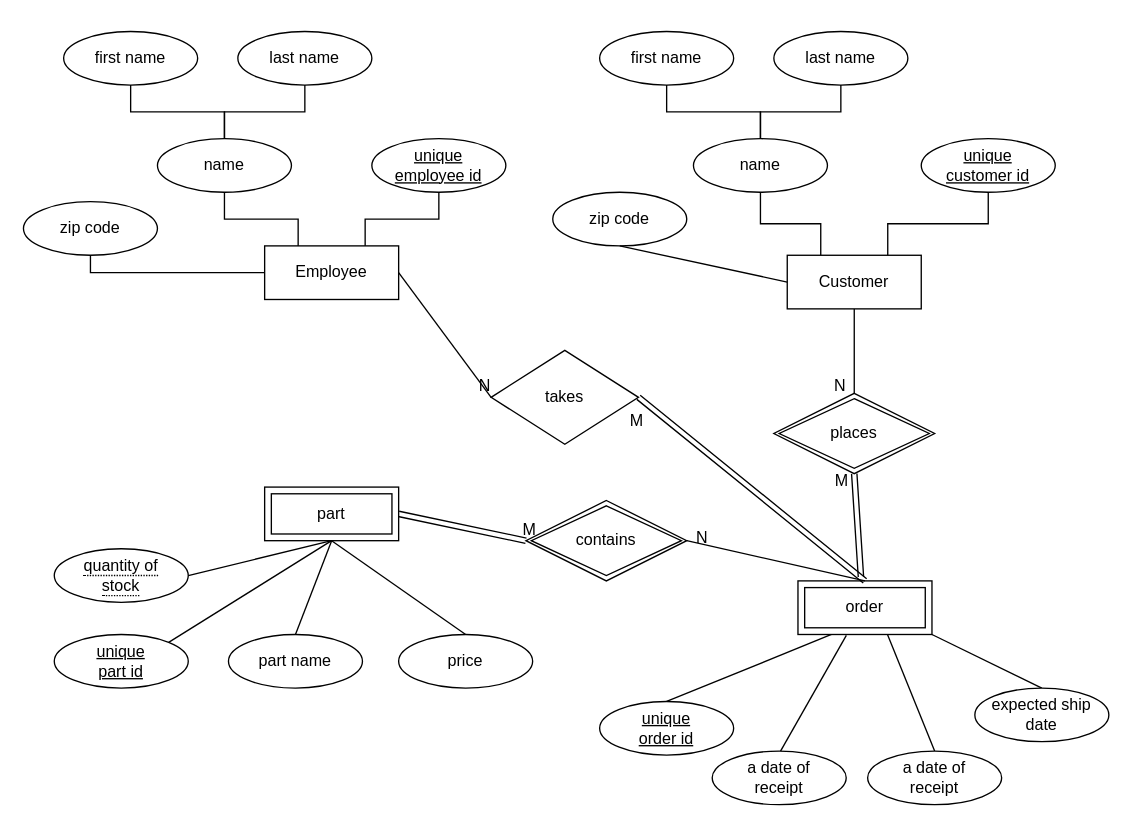
Above: 학교과제/erdiagram.drawio in waroad/Problem-Solving (draw.io), before the change. Source tidied: cells renumbered, new cells numbered last; positions are measured from the earlier drawing's top-left corner, leaving out a move shared by most shapes. Both pictures are drawn from the tidied source at 134%, with x=0, y=0 at pixel (23, 31).
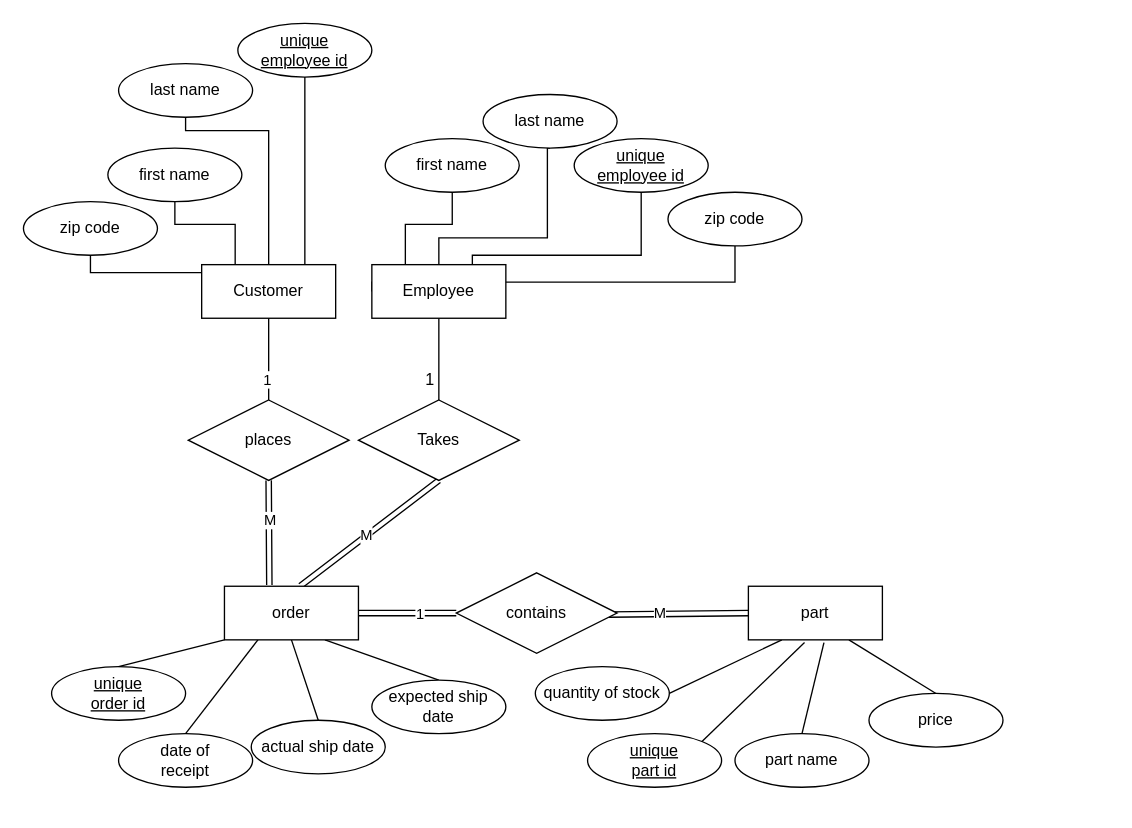
After the change.

Change to the diagram source:
```diff
@@
     <mxCell id="2" style="edgeStyle=orthogonalEdgeStyle;rounded=0;jettySize=auto;html=1;exitX=0.75;exitY=0;exitDx=0;exitDy=0;entryX=0.5;entryY=1;entryDx=0;entryDy=0;endArrow=none;endFill=0;" parent="1" edge="1" source="5" target="10">
-      <mxGeometry relative="1" as="geometry" />
+      <mxGeometry relative="1" as="geometry">
+        <Array as="points">
+          <mxPoint x="210" y="174" />
+        </Array>
+      </mxGeometry>
     </mxCell>
     <mxCell id="3" style="edgeStyle=orthogonalEdgeStyle;rounded=0;jettySize=auto;html=1;exitX=0.25;exitY=0;exitDx=0;exitDy=0;entryX=0.5;entryY=1;entryDx=0;entryDy=0;endArrow=none;endFill=0;" parent="1" edge="1" source="5" target="13">
-      <mxGeometry relative="1" as="geometry" />
+      <mxGeometry relative="1" as="geometry">
+        <Array as="points">
+          <mxPoint x="158" y="144" />
+          <mxPoint x="113" y="144" />
+        </Array>
+      </mxGeometry>
     </mxCell>
@@
-    <mxCell id="5" value="Employee" style="whiteSpace=wrap;html=1;align=center;" parent="1" vertex="1">
-      <mxGeometry x="180" y="160" width="100" height="40" as="geometry" />
+    <mxCell id="5" value="Customer" style="whiteSpace=wrap;html=1;align=center;" parent="1" vertex="1">
+      <mxGeometry x="133" y="174" width="100" height="40" as="geometry" />
     </mxCell>
-    <mxCell id="6" style="edgeStyle=orthogonalEdgeStyle;rounded=0;jettySize=auto;html=1;exitX=0.25;exitY=0;exitDx=0;exitDy=0;endArrow=none;endFill=0;" parent="1" edge="1" source="9" target="19">
-      <mxGeometry relative="1" as="geometry" />
-    </mxCell>
-    <mxCell id="7" style="edgeStyle=orthogonalEdgeStyle;rounded=0;jettySize=auto;html=1;exitX=0.75;exitY=0;exitDx=0;exitDy=0;entryX=0.5;entryY=1;entryDx=0;entryDy=0;endArrow=none;endFill=0;" parent="1" edge="1" source="9" target="16">
-      <mxGeometry relative="1" as="geometry" />
-    </mxCell>
-    <mxCell id="8" style="edgeStyle=orthogonalEdgeStyle;rounded=0;jettySize=auto;html=1;exitX=0.5;exitY=1;exitDx=0;exitDy=0;entryX=0.5;entryY=0;entryDx=0;entryDy=0;endArrow=none;endFill=0;" parent="1" edge="1" source="9" target="34">
+    <mxCell id="8" style="edgeStyle=orthogonalEdgeStyle;rounded=0;jettySize=auto;html=1;exitX=0.5;exitY=1;exitDx=0;exitDy=0;entryX=0.5;entryY=0;entryDx=0;entryDy=0;endArrow=none;endFill=0;" parent="1" edge="1" source="5" target="34">
       <mxGeometry relative="1" as="geometry" />
     </mxCell>
-    <mxCell id="9" value="Customer" style="whiteSpace=wrap;html=1;align=center;" parent="1" vertex="1">
-      <mxGeometry x="570" y="167" width="100" height="40" as="geometry" />
-    </mxCell>
+    <mxCell id="57" value="1" style="edgeLabel;html=1;align=center;verticalAlign=middle;" parent="8" vertex="1">
+      <mxGeometry x="0.49" y="-2" relative="1" as="geometry" />
+    </mxCell>
     <mxCell id="10" value="unique &lt;br&gt;employee id" style="ellipse;whiteSpace=wrap;html=1;align=center;fontStyle=4;" parent="1" vertex="1">
-      <mxGeometry x="260" y="80" width="100" height="40" as="geometry" />
+      <mxGeometry x="160" y="-6" width="100" height="40" as="geometry" />
     </mxCell>
-    <mxCell id="11" style="edgeStyle=orthogonalEdgeStyle;rounded=0;jettySize=auto;html=1;exitX=0.5;exitY=0;exitDx=0;exitDy=0;entryX=0.5;entryY=1;entryDx=0;entryDy=0;endArrow=none;endFill=0;" parent="1" edge="1" source="13" target="15">
-      <mxGeometry relative="1" as="geometry" />
-    </mxCell>
-    <mxCell id="12" style="edgeStyle=orthogonalEdgeStyle;rounded=0;jettySize=auto;html=1;endArrow=none;endFill=0;" parent="1" edge="1" source="13" target="14">
-      <mxGeometry relative="1" as="geometry" />
-    </mxCell>
-    <mxCell id="13" value="name" style="ellipse;whiteSpace=wrap;html=1;align=center;" parent="1" vertex="1">
-      <mxGeometry x="100" y="80" width="100" height="40" as="geometry" />
+    <mxCell id="13" value="first name" style="ellipse;whiteSpace=wrap;html=1;align=center;" parent="1" vertex="1">
+      <mxGeometry x="63" y="87" width="100" height="40" as="geometry" />
     </mxCell>
-    <mxCell id="14" value="first name" style="ellipse;whiteSpace=wrap;html=1;align=center;" parent="1" vertex="1">
-      <mxGeometry x="30" width="100" height="40" as="geometry" />
-    </mxCell>
-    <mxCell id="15" value="last name" style="ellipse;whiteSpace=wrap;html=1;align=center;" parent="1" vertex="1">
-      <mxGeometry x="160" width="100" height="40" as="geometry" />
-    </mxCell>
-    <mxCell id="16" value="unique &lt;br&gt;customer id" style="ellipse;whiteSpace=wrap;html=1;align=center;fontStyle=4;" parent="1" vertex="1">
-      <mxGeometry x="670" y="80" width="100" height="40" as="geometry" />
-    </mxCell>
-    <mxCell id="17" style="edgeStyle=orthogonalEdgeStyle;rounded=0;jettySize=auto;html=1;exitX=0.5;exitY=0;exitDx=0;exitDy=0;entryX=0.5;entryY=1;entryDx=0;entryDy=0;endArrow=none;endFill=0;" parent="1" edge="1" source="19" target="21">
-      <mxGeometry relative="1" as="geometry" />
-    </mxCell>
-    <mxCell id="18" style="edgeStyle=orthogonalEdgeStyle;rounded=0;jettySize=auto;html=1;endArrow=none;endFill=0;" parent="1" edge="1" source="19" target="20">
-      <mxGeometry relative="1" as="geometry" />
-    </mxCell>
-    <mxCell id="19" value="name" style="ellipse;whiteSpace=wrap;html=1;align=center;" parent="1" vertex="1">
-      <mxGeometry x="500" y="80" width="100" height="40" as="geometry" />
-    </mxCell>
-    <mxCell id="20" value="first name" style="ellipse;whiteSpace=wrap;html=1;align=center;" parent="1" vertex="1">
-      <mxGeometry x="430" width="100" height="40" as="geometry" />
-    </mxCell>
-    <mxCell id="21" value="last name" style="ellipse;whiteSpace=wrap;html=1;align=center;" parent="1" vertex="1">
-      <mxGeometry x="560" width="100" height="40" as="geometry" />
-    </mxCell>
     <mxCell id="22" value="unique &lt;br&gt;part id" style="ellipse;whiteSpace=wrap;html=1;align=center;fontStyle=4;" parent="1" vertex="1">
-      <mxGeometry x="23" y="450" width="100" height="40" as="geometry" />
+      <mxGeometry x="421" y="524" width="100" height="40" as="geometry" />
     </mxCell>
     <mxCell id="23" value="part name" style="ellipse;whiteSpace=wrap;html=1;align=center;" parent="1" vertex="1">
-      <mxGeometry x="153" y="450" width="100" height="40" as="geometry" />
+      <mxGeometry x="531" y="524" width="100" height="40" as="geometry" />
     </mxCell>
     <mxCell id="24" value="price" style="ellipse;whiteSpace=wrap;html=1;align=center;" parent="1" vertex="1">
-      <mxGeometry x="280" y="450" width="100" height="40" as="geometry" />
+      <mxGeometry x="631" y="494" width="100" height="40" as="geometry" />
     </mxCell>
-    <mxCell id="25" value="takes" style="shape=rhombus;perimeter=rhombusPerimeter;whiteSpace=wrap;html=1;align=center;" parent="1" vertex="1">
-      <mxGeometry x="349" y="238" width="110" height="70" as="geometry" />
-    </mxCell>
@@
-    <mxCell id="27" value="zip code" style="ellipse;whiteSpace=wrap;html=1;align=center;" parent="1" vertex="1">
-      <mxGeometry x="395" y="120" width="100" height="40" as="geometry" />
-    </mxCell>
-    <mxCell id="28" style="endArrow=none;html=1;rounded=0;entryX=0;entryY=0.5;entryDx=0;entryDy=0;exitX=0.5;exitY=1;exitDx=0;exitDy=0;" parent="1" edge="1" source="27" target="9">
-      <mxGeometry relative="1" as="geometry" />
-    </mxCell>
     <mxCell id="29" value="&lt;span style=&quot;text-decoration-line: underline;&quot;&gt;unique&lt;/span&gt;&lt;br&gt;&lt;span style=&quot;text-decoration-line: underline;&quot;&gt;order id&lt;/span&gt;" style="ellipse;whiteSpace=wrap;html=1;align=center;" parent="1" vertex="1">
-      <mxGeometry x="430" y="500" width="100" height="40" as="geometry" />
+      <mxGeometry x="21" y="474" width="100" height="40" as="geometry" />
     </mxCell>
-    <mxCell id="30" style="endArrow=none;html=1;rounded=0;entryX=0.25;entryY=1;entryDx=0;entryDy=0;exitX=0.5;exitY=0;exitDx=0;exitDy=0;" parent="1" edge="1" source="29" target="36">
+    <mxCell id="30" style="endArrow=none;html=1;rounded=0;entryX=0;entryY=1;entryDx=0;entryDy=0;exitX=0.5;exitY=0;exitDx=0;exitDy=0;" parent="1" edge="1" source="29" target="36">
       <mxGeometry relative="1" as="geometry" />
     </mxCell>
-    <mxCell id="31" style="endArrow=none;html=1;rounded=0;entryX=0.361;entryY=1.017;entryDx=0;entryDy=0;exitX=0.5;exitY=0;exitDx=0;exitDy=0;entryPerimeter=0;" parent="1" edge="1" target="36">
-      <mxGeometry relative="1" as="geometry">
-        <mxPoint x="565" y="537" as="sourcePoint" />
-      </mxGeometry>
+    <mxCell id="31" style="endArrow=none;html=1;rounded=0;exitX=0.5;exitY=0;exitDx=0;exitDy=0;entryX=0.25;entryY=1;entryDx=0;entryDy=0;" parent="1" edge="1" source="50" target="36">
+      <mxGeometry relative="1" as="geometry" />
     </mxCell>
-    <mxCell id="32" style="endArrow=none;html=1;rounded=0;exitX=0.5;exitY=0;exitDx=0;exitDy=0;entryX=0.665;entryY=0.98;entryDx=0;entryDy=0;entryPerimeter=0;" parent="1" edge="1" source="51" target="36">
+    <mxCell id="32" style="endArrow=none;html=1;rounded=0;exitX=0.5;exitY=0;exitDx=0;exitDy=0;entryX=0.5;entryY=1;entryDx=0;entryDy=0;" parent="1" edge="1" source="51" target="36">
       <mxGeometry relative="1" as="geometry" />
     </mxCell>
-    <mxCell id="33" style="endArrow=none;html=1;rounded=0;entryX=0.5;entryY=0;entryDx=0;entryDy=0;exitX=1;exitY=1;exitDx=0;exitDy=0;" parent="1" edge="1" source="36" target="52">
+    <mxCell id="33" style="endArrow=none;html=1;rounded=0;entryX=0.5;entryY=0;entryDx=0;entryDy=0;exitX=0.75;exitY=1;exitDx=0;exitDy=0;" parent="1" edge="1" source="36" target="52">
       <mxGeometry relative="1" as="geometry" />
     </mxCell>
-    <mxCell id="34" value="places" style="shape=rhombus;double=1;perimeter=rhombusPerimeter;whiteSpace=wrap;html=1;align=center;" parent="1" vertex="1">
-      <mxGeometry x="560" y="270" width="120" height="60" as="geometry" />
-    </mxCell>
-    <mxCell id="35" style="shape=link;html=1;rounded=0;entryX=0.5;entryY=0;entryDx=0;entryDy=0;exitX=0.5;exitY=1;exitDx=0;exitDy=0;" parent="1" edge="1" source="34">
-      <mxGeometry relative="1" as="geometry">
-        <mxPoint x="625" y="407" as="targetPoint" />
-      </mxGeometry>
+    <mxCell id="35" style="shape=link;html=1;rounded=0;exitX=0.5;exitY=1;exitDx=0;exitDy=0;entryX=0.335;entryY=-0.022;entryDx=0;entryDy=0;entryPerimeter=0;" parent="1" edge="1" source="34" target="36">
+      <mxGeometry relative="1" as="geometry" />
     </mxCell>
-    <mxCell id="36" value="order" style="shape=ext;margin=3;double=1;whiteSpace=wrap;html=1;align=center;" parent="1" vertex="1">
-      <mxGeometry x="578" y="410" width="100" height="40" as="geometry" />
-    </mxCell>
-    <mxCell id="37" value="contains" style="shape=rhombus;double=1;perimeter=rhombusPerimeter;whiteSpace=wrap;html=1;align=center;" parent="1" vertex="1">
-      <mxGeometry x="375" y="350" width="120" height="60" as="geometry" />
-    </mxCell>
-    <mxCell id="38" value="part" style="shape=ext;margin=3;double=1;whiteSpace=wrap;html=1;align=center;" parent="1" vertex="1">
-      <mxGeometry x="180" y="340" width="100" height="40" as="geometry" />
-    </mxCell>
-    <mxCell id="39" style="endArrow=none;html=1;rounded=0;entryX=0.5;entryY=0;entryDx=0;entryDy=0;exitX=1;exitY=0.5;exitDx=0;exitDy=0;" parent="1" edge="1" source="37" target="36">
-      <mxGeometry relative="1" as="geometry" />
-    </mxCell>
+    <mxCell id="58" value="M" style="edgeLabel;html=1;align=center;verticalAlign=middle;" parent="35" vertex="1">
+      <mxGeometry x="-0.24" y="3" relative="1" as="geometry">
+        <mxPoint x="-3" as="offset" />
+      </mxGeometry>
+    </mxCell>
-    <mxCell id="40" style="shape=link;html=1;rounded=0;entryX=0;entryY=0.5;entryDx=0;entryDy=0;exitX=1;exitY=0.5;exitDx=0;exitDy=0;" parent="1" edge="1" source="38" target="37">
+    <mxCell id="40" style="shape=link;html=1;rounded=0;exitX=0;exitY=0.5;exitDx=0;exitDy=0;entryX=0.948;entryY=0.519;entryDx=0;entryDy=0;entryPerimeter=0;" parent="1" edge="1" source="38" target="37">
       <mxGeometry relative="1" as="geometry" />
     </mxCell>
-    <mxCell id="41" value="N" style="html=1;align=right;verticalAlign=bottom;" parent="1" vertex="1">
-      <mxGeometry x="614" y="273" as="geometry" />
-    </mxCell>
-    <mxCell id="42" value="M" style="html=1;align=left;verticalAlign=bottom;" parent="1" vertex="1">
-      <mxGeometry x="511" y="390" as="geometry">
-        <mxPoint x="93" y="-46" as="offset" />
-      </mxGeometry>
-    </mxCell>
-    <mxCell id="43" value="N" style="html=1;align=right;verticalAlign=bottom;" parent="1" vertex="1">
-      <mxGeometry x="511" y="386" as="geometry" />
-    </mxCell>
-    <mxCell id="44" value="M" style="html=1;align=left;verticalAlign=bottom;" parent="1" vertex="1">
-      <mxGeometry x="371" y="380" as="geometry" />
-    </mxCell>
+    <mxCell id="59" value="M" style="edgeLabel;html=1;align=center;verticalAlign=middle;" parent="40" vertex="1">
+      <mxGeometry x="0.27" y="-1" relative="1" as="geometry" />
+    </mxCell>
-    <mxCell id="45" style="endArrow=none;html=1;rounded=0;exitX=1;exitY=0.5;exitDx=0;exitDy=0;entryX=0;entryY=0.5;entryDx=0;entryDy=0;" parent="1" edge="1" source="5" target="25">
+    <mxCell id="45" style="endArrow=none;html=1;rounded=0;exitX=0.5;exitY=1;exitDx=0;exitDy=0;entryX=0.5;entryY=0;entryDx=0;entryDy=0;" parent="1" edge="1" source="66" target="73">
       <mxGeometry relative="1" as="geometry" />
     </mxCell>
-    <mxCell id="46" value="N" style="html=1;align=right;verticalAlign=bottom;" parent="45" vertex="1">
-      <mxGeometry x="1" relative="1" as="geometry" />
+    <mxCell id="46" value="1" style="html=1;align=right;verticalAlign=bottom;" parent="45" vertex="1">
+      <mxGeometry x="1" relative="1" as="geometry">
+        <mxPoint x="-3" y="-7" as="offset" />
+      </mxGeometry>
     </mxCell>
-    <mxCell id="47" style="shape=link;html=1;rounded=0;endArrow=none;endFill=0;entryX=0.5;entryY=0;entryDx=0;entryDy=0;exitX=1;exitY=0.5;exitDx=0;exitDy=0;" parent="1" edge="1" source="25" target="36">
+    <mxCell id="47" style="shape=link;html=1;rounded=0;endArrow=none;endFill=0;entryX=0.567;entryY=-0.007;entryDx=0;entryDy=0;exitX=0.5;exitY=1;exitDx=0;exitDy=0;entryPerimeter=0;" parent="1" edge="1" source="73" target="36">
       <mxGeometry relative="1" as="geometry" />
     </mxCell>
-    <mxCell id="48" value="M" style="html=1;align=right;verticalAlign=bottom;" parent="47" vertex="1">
-      <mxGeometry x="1" relative="1" as="geometry">
-        <mxPoint x="-165" y="-111" as="offset" />
-      </mxGeometry>
-    </mxCell>
+    <mxCell id="60" value="M" style="edgeLabel;html=1;align=center;verticalAlign=middle;" parent="47" vertex="1">
+      <mxGeometry x="0.05" y="-1" relative="1" as="geometry" />
+    </mxCell>
-    <mxCell id="49" value="&lt;span style=&quot;border-bottom: 1px dotted&quot;&gt;quantity of&lt;br&gt;stock&lt;br&gt;&lt;/span&gt;" style="ellipse;whiteSpace=wrap;html=1;align=center;" parent="1" vertex="1">
-      <mxGeometry x="23" y="386" width="100" height="40" as="geometry" />
+    <mxCell id="49" value="quantity of stock" style="ellipse;whiteSpace=wrap;html=1;align=center;" parent="1" vertex="1">
+      <mxGeometry x="382" y="474" width="100" height="40" as="geometry" />
     </mxCell>
-    <mxCell id="50" value="a date of&lt;br&gt;receipt" style="ellipse;whiteSpace=wrap;html=1;align=center;" parent="1" vertex="1">
-      <mxGeometry x="514" y="537" width="100" height="40" as="geometry" />
+    <mxCell id="50" value="date of&lt;br&gt;receipt" style="ellipse;whiteSpace=wrap;html=1;align=center;" parent="1" vertex="1">
+      <mxGeometry x="71" y="524" width="100" height="40" as="geometry" />
     </mxCell>
-    <mxCell id="51" value="a date of&lt;br&gt;receipt" style="ellipse;whiteSpace=wrap;html=1;align=center;" parent="1" vertex="1">
-      <mxGeometry x="630" y="537" width="100" height="40" as="geometry" />
+    <mxCell id="51" value="actual ship date" style="ellipse;whiteSpace=wrap;html=1;align=center;" parent="1" vertex="1">
+      <mxGeometry x="170" y="514" width="100" height="40" as="geometry" />
     </mxCell>
     <mxCell id="52" value="expected ship&lt;br&gt;date" style="ellipse;whiteSpace=wrap;html=1;align=center;" parent="1" vertex="1">
-      <mxGeometry x="710" y="490" width="100" height="40" as="geometry" />
+      <mxGeometry x="260" y="484" width="100" height="40" as="geometry" />
     </mxCell>
-    <mxCell id="53" style="endArrow=none;html=1;rounded=0;entryX=0.5;entryY=1;entryDx=0;entryDy=0;exitX=1;exitY=0.5;exitDx=0;exitDy=0;" parent="1" edge="1" source="49" target="38">
+    <mxCell id="53" style="endArrow=none;html=1;rounded=0;entryX=0.25;entryY=1;entryDx=0;entryDy=0;exitX=1;exitY=0.5;exitDx=0;exitDy=0;" parent="1" edge="1" source="49" target="38">
       <mxGeometry relative="1" as="geometry" />
     </mxCell>
-    <mxCell id="54" style="endArrow=none;html=1;rounded=0;entryX=0.5;entryY=1;entryDx=0;entryDy=0;exitX=1;exitY=0;exitDx=0;exitDy=0;" parent="1" edge="1" source="22" target="38">
+    <mxCell id="54" style="endArrow=none;html=1;rounded=0;entryX=0.419;entryY=1.051;entryDx=0;entryDy=0;exitX=1;exitY=0;exitDx=0;exitDy=0;entryPerimeter=0;" parent="1" edge="1" source="22" target="38">
       <mxGeometry relative="1" as="geometry" />
     </mxCell>
-    <mxCell id="55" style="endArrow=none;html=1;rounded=0;entryX=0.5;entryY=1;entryDx=0;entryDy=0;exitX=0.5;exitY=0;exitDx=0;exitDy=0;" parent="1" edge="1" source="23" target="38">
+    <mxCell id="55" style="endArrow=none;html=1;rounded=0;entryX=0.564;entryY=1.051;entryDx=0;entryDy=0;exitX=0.5;exitY=0;exitDx=0;exitDy=0;entryPerimeter=0;" parent="1" edge="1" source="23" target="38">
       <mxGeometry relative="1" as="geometry" />
     </mxCell>
-    <mxCell id="56" style="endArrow=none;html=1;rounded=0;entryX=0.5;entryY=1;entryDx=0;entryDy=0;exitX=0.5;exitY=0;exitDx=0;exitDy=0;" parent="1" edge="1" source="24" target="38">
+    <mxCell id="56" style="endArrow=none;html=1;rounded=0;entryX=0.75;entryY=1;entryDx=0;entryDy=0;exitX=0.5;exitY=0;exitDx=0;exitDy=0;" parent="1" edge="1" source="24" target="38">
       <mxGeometry relative="1" as="geometry" />
     </mxCell>
+    <mxCell id="61" style="edgeStyle=orthogonalEdgeStyle;rounded=0;jettySize=auto;html=1;exitX=0.5;exitY=0;exitDx=0;exitDy=0;endArrow=none;endFill=0;entryX=0.5;entryY=1;entryDx=0;entryDy=0;" parent="1" edge="1" source="5" target="62">
+      <mxGeometry relative="1" as="geometry">
+        <Array as="points">
+          <mxPoint x="183" y="74" />
+          <mxPoint x="121" y="74" />
+        </Array>
+      </mxGeometry>
+    </mxCell>
+    <mxCell id="62" value="last name" style="ellipse;whiteSpace=wrap;html=1;align=center;" parent="1" vertex="1">
+      <mxGeometry x="71" y="24" width="100" height="40" as="geometry" />
+    </mxCell>
+    <mxCell id="63" style="edgeStyle=orthogonalEdgeStyle;rounded=0;jettySize=auto;html=1;exitX=0.75;exitY=0;exitDx=0;exitDy=0;entryX=0.5;entryY=1;entryDx=0;entryDy=0;endArrow=none;endFill=0;" parent="1" edge="1" source="66" target="67">
+      <mxGeometry relative="1" as="geometry">
+        <Array as="points">
+          <mxPoint x="335" y="167" />
+          <mxPoint x="461" y="167" />
+        </Array>
+      </mxGeometry>
+    </mxCell>
+    <mxCell id="64" style="edgeStyle=orthogonalEdgeStyle;rounded=0;jettySize=auto;html=1;exitX=0.25;exitY=0;exitDx=0;exitDy=0;entryX=0.5;entryY=1;entryDx=0;entryDy=0;endArrow=none;endFill=0;" parent="1" edge="1" source="66" target="68">
+      <mxGeometry relative="1" as="geometry">
+        <Array as="points">
+          <mxPoint x="285" y="144" />
+          <mxPoint x="320" y="144" />
+        </Array>
+      </mxGeometry>
+    </mxCell>
+    <mxCell id="65" style="edgeStyle=orthogonalEdgeStyle;rounded=0;jettySize=auto;html=1;exitX=0;exitY=0.5;exitDx=0;exitDy=0;endArrow=none;endFill=0;entryX=0.5;entryY=1;entryDx=0;entryDy=0;" parent="1" edge="1" source="66" target="27">
+      <mxGeometry relative="1" as="geometry">
+        <Array as="points">
+          <mxPoint x="260" y="187" />
+          <mxPoint x="531" y="187" />
+        </Array>
+      </mxGeometry>
+    </mxCell>
+    <mxCell id="66" value="Employee" style="whiteSpace=wrap;html=1;align=center;" parent="1" vertex="1">
+      <mxGeometry x="260" y="174" width="100" height="40" as="geometry" />
+    </mxCell>
+    <mxCell id="67" value="unique &lt;br&gt;employee id" style="ellipse;whiteSpace=wrap;html=1;align=center;fontStyle=4;" parent="1" vertex="1">
+      <mxGeometry x="411" y="80" width="100" height="40" as="geometry" />
+    </mxCell>
+    <mxCell id="68" value="first name" style="ellipse;whiteSpace=wrap;html=1;align=center;" parent="1" vertex="1">
+      <mxGeometry x="270" y="80" width="100" height="40" as="geometry" />
+    </mxCell>
+    <mxCell id="27" value="zip code" style="ellipse;whiteSpace=wrap;html=1;align=center;" parent="1" vertex="1">
+      <mxGeometry x="481" y="120" width="100" height="40" as="geometry" />
+    </mxCell>
+    <mxCell id="69" style="edgeStyle=orthogonalEdgeStyle;rounded=0;jettySize=auto;html=1;exitX=0.5;exitY=0;exitDx=0;exitDy=0;endArrow=none;endFill=0;entryX=0.5;entryY=1;entryDx=0;entryDy=0;" parent="1" edge="1" source="66" target="70">
+      <mxGeometry relative="1" as="geometry">
+        <Array as="points">
+          <mxPoint x="310" y="154" />
+          <mxPoint x="391" y="154" />
+          <mxPoint x="391" y="87" />
+        </Array>
+      </mxGeometry>
+    </mxCell>
+    <mxCell id="70" value="last name" style="ellipse;whiteSpace=wrap;html=1;align=center;" parent="1" vertex="1">
+      <mxGeometry x="343" y="47" width="100" height="40" as="geometry" />
+    </mxCell>
+    <mxCell id="71" style="shape=link;html=1;rounded=0;exitX=1;exitY=0.5;exitDx=0;exitDy=0;entryX=0;entryY=0.5;entryDx=0;entryDy=0;" parent="1" edge="1" source="36" target="37">
+      <mxGeometry relative="1" as="geometry" />
+    </mxCell>
+    <mxCell id="72" value="1" style="edgeLabel;html=1;align=center;verticalAlign=middle;" parent="71" vertex="1">
+      <mxGeometry x="0.23" relative="1" as="geometry" />
+    </mxCell>
+    <mxCell id="36" value="order" style="whiteSpace=wrap;html=1;align=center;" parent="1" vertex="1">
+      <mxGeometry x="150" y="414" width="100" height="40" as="geometry" />
+    </mxCell>
+    <mxCell id="38" value="part" style="whiteSpace=wrap;html=1;align=center;" parent="1" vertex="1">
+      <mxGeometry x="541" y="414" width="100" height="40" as="geometry" />
+    </mxCell>
+    <mxCell id="73" value="Takes" style="shape=rhombus;perimeter=rhombusPerimeter;whiteSpace=wrap;html=1;align=center;" parent="1" vertex="1">
+      <mxGeometry x="250" y="275" width="120" height="60" as="geometry" />
+    </mxCell>
+    <mxCell id="34" value="places" style="shape=rhombus;perimeter=rhombusPerimeter;whiteSpace=wrap;html=1;align=center;" parent="1" vertex="1">
+      <mxGeometry x="123" y="275" width="120" height="60" as="geometry" />
+    </mxCell>
+    <mxCell id="37" value="contains" style="shape=rhombus;perimeter=rhombusPerimeter;whiteSpace=wrap;html=1;align=center;" parent="1" vertex="1">
+      <mxGeometry x="323" y="404" width="120" height="60" as="geometry" />
+    </mxCell>
```
